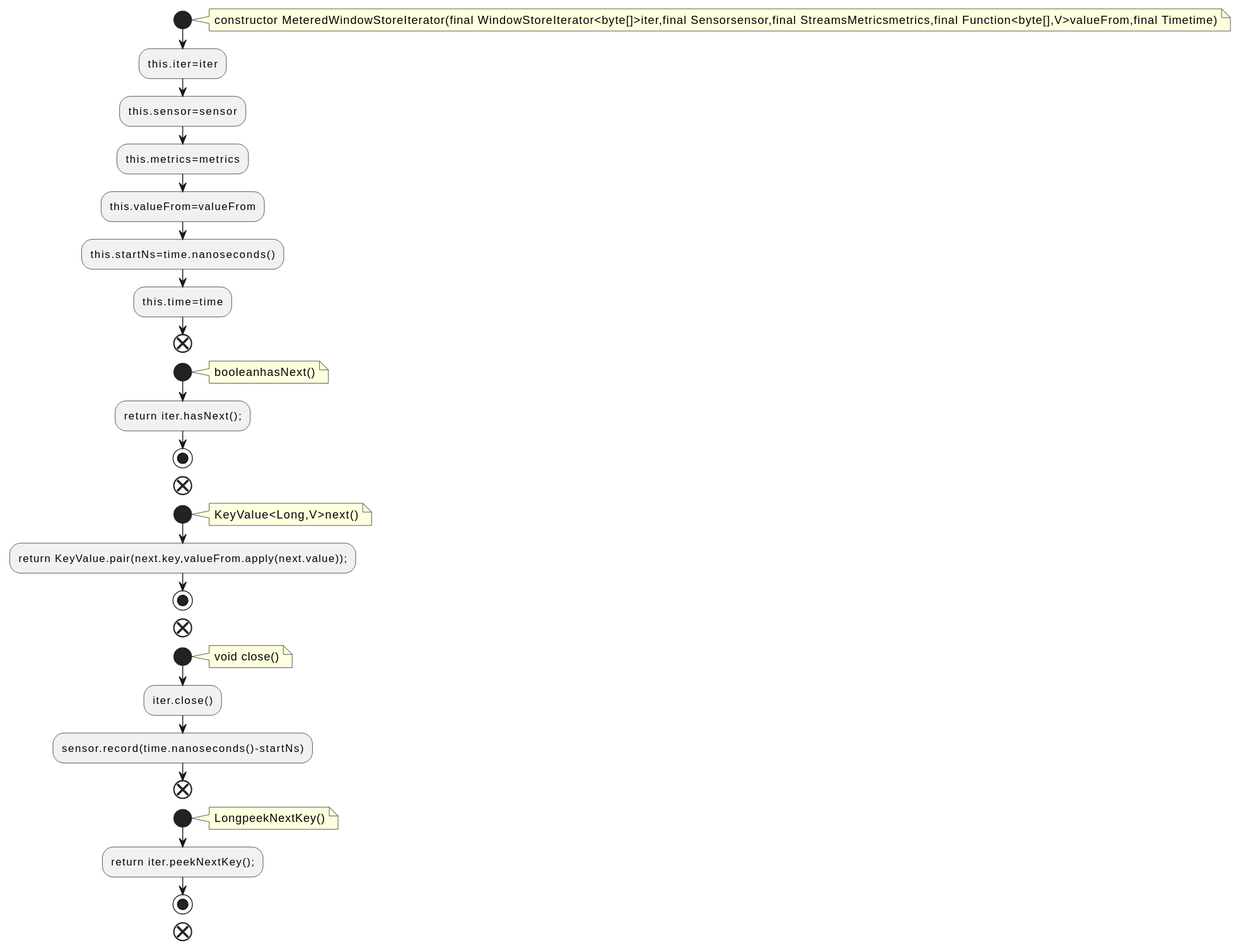
The PlantUML diagram docs/qc/streams/src/main/java/org/apache/kafka/streams/state/internals/MeteredWindowStoreIterator.java.fct.svg in qualitesys/kafka, before a commit. Its diagram source:
```plantuml
@startuml
!pragma layout smetana
start
note right
constructor MeteredWindowStoreIterator(final WindowStoreIterator<byte[]>iter,final Sensorsensor,final StreamsMetricsmetrics,final Function<byte[],V>valueFrom,final Timetime)
end note
:this.iter=iter;
:this.sensor=sensor;
:this.metrics=metrics;
:this.valueFrom=valueFrom;
:this.startNs=time.nanoseconds();
:this.time=time;
end
start
note right
booleanhasNext()
end note
:return iter.hasNext();;
stop
end
start
note right
KeyValue<Long,V>next()
end note
:return KeyValue.pair(next.key,valueFrom.apply(next.value));;
stop
end
start
note right
void close()
end note
:iter.close();
:sensor.record(time.nanoseconds()-startNs);
end
start
note right
LongpeekNextKey()
end note
:return iter.peekNextKey();;
stop
end
@enduml
```
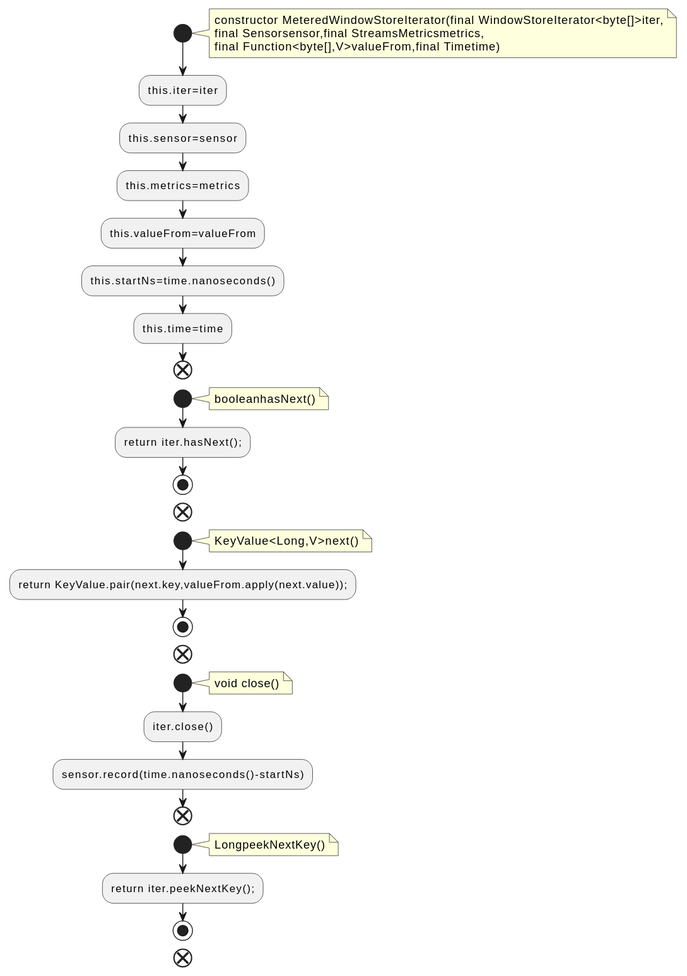
The same file after the commit.

Change to the diagram source:
```diff
@@ -2,7 +2,9 @@
 !pragma layout smetana
 start
 note right
-constructor MeteredWindowStoreIterator(final WindowStoreIterator<byte[]>iter,final Sensorsensor,final StreamsMetricsmetrics,final Function<byte[],V>valueFrom,final Timetime)
+constructor MeteredWindowStoreIterator(final WindowStoreIterator<byte[]>iter,
+final Sensorsensor,final StreamsMetricsmetrics,
+final Function<byte[],V>valueFrom,final Timetime)
 end note
 :this.iter=iter;
 :this.sensor=sensor;
```
